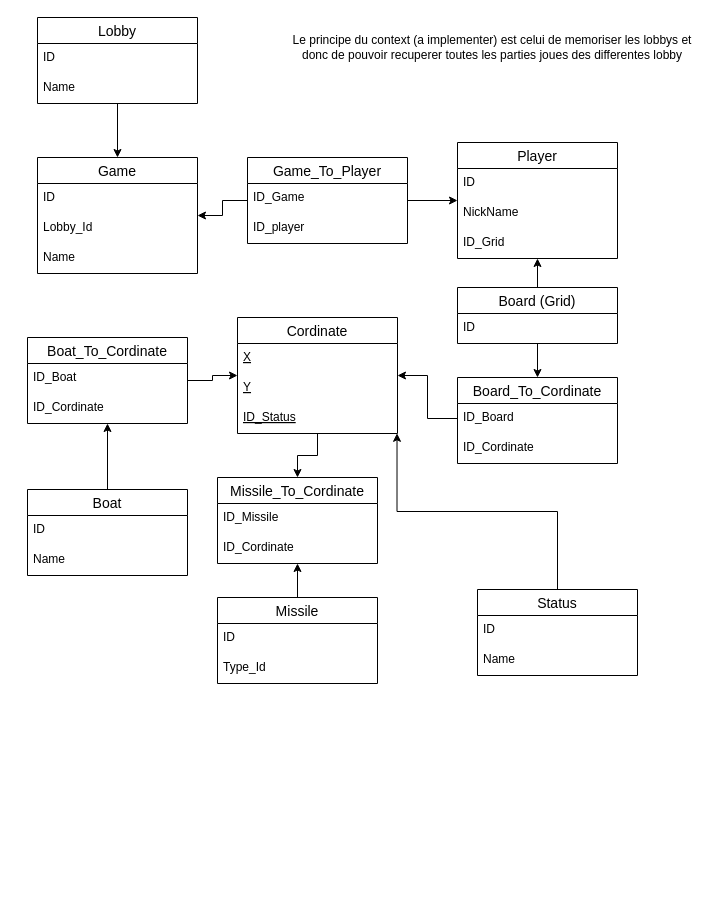
Above: classModels.drawio in LucaMaggioli/FlaskCrudNaval (draw.io), before the change. Source tidied: cells renumbered, new cells numbered last; positions are measured from the earlier drawing's top-left corner, leaving out a move shared by most shapes. Both pictures are drawn from the tidied source at 100%, with x=0, y=0 at pixel (27, 17).
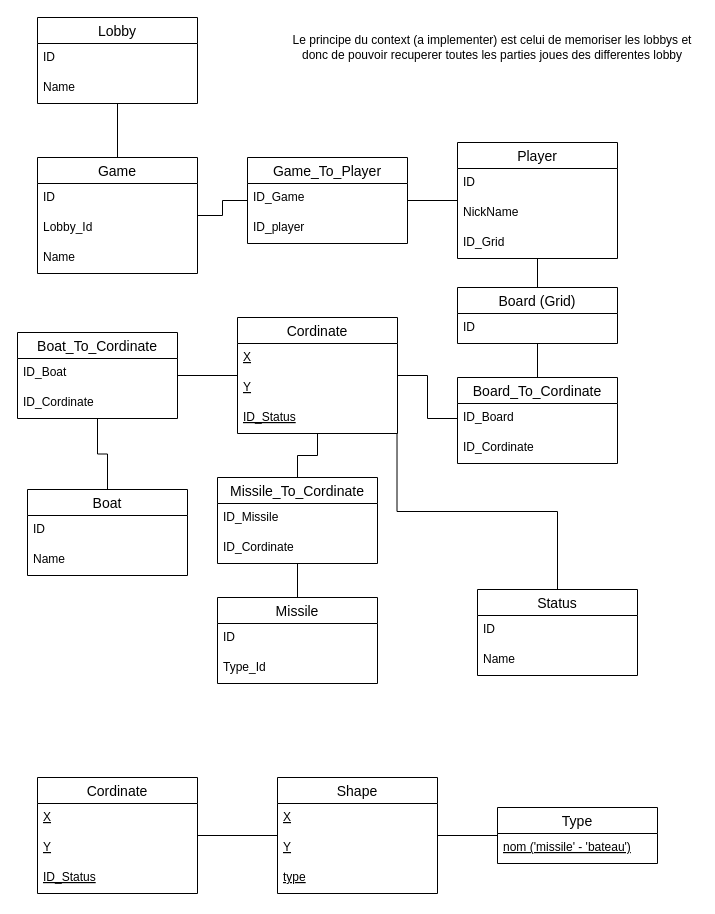
Above is the later version.

Unchanged cells that the change refers to:
```xml
<mxCell id="2" value="Game" style="swimlane;fontStyle=0;horizontal=1;startSize=26;align=center;fontSize=14;" parent="1" vertex="1">
  <mxGeometry x="10" y="140" width="160" height="116" as="geometry" />
</mxCell>
<mxCell id="7" value="Cordinate" style="swimlane;fontStyle=0;horizontal=1;startSize=26;align=center;fontSize=14;" parent="1" vertex="1">
  <mxGeometry x="210" y="300" width="160" height="116" as="geometry" />
</mxCell>
<mxCell id="10" value="ID_Status" style="text;strokeColor=none;fillColor=none;spacingLeft=4;spacingRight=4;overflow=hidden;points=[[0,0.5],[1,0.5]];portConstraint=eastwest;fontSize=12;fontStyle=4;" parent="7" vertex="1">
  <mxGeometry y="86" width="160" height="30" as="geometry" />
</mxCell>
<mxCell id="11" value="Player" style="swimlane;fontStyle=0;horizontal=1;startSize=26;align=center;fontSize=14;" parent="1" vertex="1">
  <mxGeometry x="430" y="125" width="160" height="116" as="geometry" />
</mxCell>
<mxCell id="17" value="Board (Grid)" style="swimlane;fontStyle=0;horizontal=1;startSize=26;align=center;fontSize=14;" parent="1" vertex="1">
  <mxGeometry x="430" y="270" width="160" height="56" as="geometry" />
</mxCell>
<mxCell id="20" value="Boat" style="swimlane;fontStyle=0;horizontal=1;startSize=26;align=center;fontSize=14;" parent="1" vertex="1">
  <mxGeometry y="472" width="160" height="86" as="geometry" />
</mxCell>
<mxCell id="24" value="Missile" style="swimlane;fontStyle=0;horizontal=1;startSize=26;align=center;fontSize=14;" parent="1" vertex="1">
  <mxGeometry x="190" y="580" width="160" height="86" as="geometry" />
</mxCell>
<mxCell id="29" value="Game_To_Player" style="swimlane;fontStyle=0;horizontal=1;startSize=26;align=center;fontSize=14;" parent="1" vertex="1">
  <mxGeometry x="220" y="140" width="160" height="86" as="geometry" />
</mxCell>
<mxCell id="32" value="Board_To_Cordinate" style="swimlane;fontStyle=0;horizontal=1;startSize=26;align=center;fontSize=14;" parent="1" vertex="1">
  <mxGeometry x="430" y="360" width="160" height="86" as="geometry" />
</mxCell>
<mxCell id="33" value="ID_Board" style="text;strokeColor=none;fillColor=none;spacingLeft=4;spacingRight=4;overflow=hidden;points=[[0,0.5],[1,0.5]];portConstraint=eastwest;fontSize=12;" parent="32" vertex="1">
  <mxGeometry y="26" width="160" height="30" as="geometry" />
</mxCell>
<mxCell id="40" value="Missile_To_Cordinate" style="swimlane;fontStyle=0;horizontal=1;startSize=26;align=center;fontSize=14;" parent="1" vertex="1">
  <mxGeometry x="190" y="460" width="160" height="86" as="geometry" />
</mxCell>
<mxCell id="44" value="Status" style="swimlane;fontStyle=0;horizontal=1;startSize=26;align=center;fontSize=14;" parent="1" vertex="1">
  <mxGeometry x="450" y="572" width="160" height="86" as="geometry" />
</mxCell>
<mxCell id="48" value="Lobby" style="swimlane;fontStyle=0;horizontal=1;startSize=26;align=center;fontSize=14;" parent="1" vertex="1">
  <mxGeometry x="10" width="160" height="86" as="geometry" />
</mxCell>
```

The edit, as a diff of the source:
```diff
@@
-    <mxCell id="6" style="edgeStyle=orthogonalEdgeStyle;rounded=0;jettySize=auto;html=1;" parent="1" edge="1" source="7" target="40">
+    <mxCell id="6" style="edgeStyle=orthogonalEdgeStyle;rounded=0;jettySize=auto;html=1;endArrow=none;endFill=0;" parent="1" edge="1" source="7" target="40">
       <mxGeometry relative="1" as="geometry" />
     </mxCell>
@@
-    <mxCell id="15" style="edgeStyle=orthogonalEdgeStyle;rounded=0;jettySize=auto;html=1;" parent="1" edge="1" source="17" target="11">
+    <mxCell id="15" style="edgeStyle=orthogonalEdgeStyle;rounded=0;jettySize=auto;html=1;endArrow=none;endFill=0;" parent="1" edge="1" source="17" target="11">
       <mxGeometry relative="1" as="geometry" />
     </mxCell>
-    <mxCell id="16" style="edgeStyle=orthogonalEdgeStyle;rounded=0;jettySize=auto;html=1;" parent="1" edge="1" source="17" target="32">
+    <mxCell id="16" style="edgeStyle=orthogonalEdgeStyle;rounded=0;jettySize=auto;html=1;endArrow=none;endFill=0;" parent="1" edge="1" source="17" target="32">
       <mxGeometry relative="1" as="geometry" />
     </mxCell>
@@
-    <mxCell id="19" style="edgeStyle=orthogonalEdgeStyle;rounded=0;jettySize=auto;html=1;" parent="1" edge="1" source="20" target="37">
+    <mxCell id="19" style="edgeStyle=orthogonalEdgeStyle;rounded=0;jettySize=auto;html=1;endArrow=none;endFill=0;" parent="1" edge="1" source="20" target="37">
       <mxGeometry relative="1" as="geometry" />
     </mxCell>
@@
-    <mxCell id="23" style="edgeStyle=orthogonalEdgeStyle;rounded=0;jettySize=auto;html=1;" parent="1" edge="1" source="24" target="40">
+    <mxCell id="23" style="edgeStyle=orthogonalEdgeStyle;rounded=0;jettySize=auto;html=1;endArrow=none;endFill=0;" parent="1" edge="1" source="24" target="40">
       <mxGeometry relative="1" as="geometry" />
     </mxCell>
@@
-    <mxCell id="27" style="edgeStyle=orthogonalEdgeStyle;rounded=0;jettySize=auto;html=1;" parent="1" edge="1" source="29" target="2">
+    <mxCell id="27" style="edgeStyle=orthogonalEdgeStyle;rounded=0;jettySize=auto;html=1;endArrow=none;endFill=0;" parent="1" edge="1" source="29" target="2">
       <mxGeometry relative="1" as="geometry" />
     </mxCell>
-    <mxCell id="28" style="edgeStyle=orthogonalEdgeStyle;rounded=0;jettySize=auto;html=1;" parent="1" edge="1" source="29" target="11">
+    <mxCell id="28" style="edgeStyle=orthogonalEdgeStyle;rounded=0;jettySize=auto;html=1;endArrow=none;endFill=0;" parent="1" edge="1" source="29" target="11">
       <mxGeometry relative="1" as="geometry" />
     </mxCell>
@@
-    <mxCell id="35" style="edgeStyle=orthogonalEdgeStyle;rounded=0;jettySize=auto;html=1;" parent="1" edge="1" source="33" target="7">
+    <mxCell id="35" style="edgeStyle=orthogonalEdgeStyle;rounded=0;jettySize=auto;html=1;endArrow=none;endFill=0;" parent="1" edge="1" source="33" target="7">
       <mxGeometry relative="1" as="geometry" />
     </mxCell>
-    <mxCell id="36" style="edgeStyle=orthogonalEdgeStyle;rounded=0;jettySize=auto;html=1;" parent="1" edge="1" source="37" target="7">
+    <mxCell id="36" style="edgeStyle=orthogonalEdgeStyle;rounded=0;jettySize=auto;html=1;endArrow=none;endFill=0;" parent="1" edge="1" source="37" target="7">
       <mxGeometry relative="1" as="geometry" />
     </mxCell>
     <mxCell id="37" value="Boat_To_Cordinate" style="swimlane;fontStyle=0;horizontal=1;startSize=26;align=center;fontSize=14;" parent="1" vertex="1">
-      <mxGeometry y="320" width="160" height="86" as="geometry" />
+      <mxGeometry x="-10" y="315" width="160" height="86" as="geometry" />
     </mxCell>
@@
-    <mxCell id="43" style="edgeStyle=orthogonalEdgeStyle;rounded=0;jettySize=auto;html=1;entryX=0.997;entryY=0.993;entryDx=0;entryDy=0;entryPerimeter=0;" parent="1" edge="1" source="44" target="10">
+    <mxCell id="43" style="edgeStyle=orthogonalEdgeStyle;rounded=0;jettySize=auto;html=1;entryX=0.997;entryY=0.993;entryDx=0;entryDy=0;entryPerimeter=0;endArrow=none;endFill=0;" parent="1" edge="1" source="44" target="10">
       <mxGeometry relative="1" as="geometry" />
     </mxCell>
@@
-    <mxCell id="47" style="edgeStyle=orthogonalEdgeStyle;rounded=0;jettySize=auto;html=1;" parent="1" edge="1" source="48" target="2">
+    <mxCell id="47" style="edgeStyle=orthogonalEdgeStyle;rounded=0;jettySize=auto;html=1;endArrow=none;endFill=0;" parent="1" edge="1" source="48" target="2">
       <mxGeometry relative="1" as="geometry" />
     </mxCell>
@@
+    <mxCell id="52" style="edgeStyle=orthogonalEdgeStyle;rounded=0;jettySize=auto;html=1;endArrow=none;endFill=0;" parent="1" edge="1" source="53" target="58">
+      <mxGeometry relative="1" as="geometry" />
+    </mxCell>
+    <mxCell id="53" value="Cordinate" style="swimlane;fontStyle=0;horizontal=1;startSize=26;align=center;fontSize=14;" parent="1" vertex="1">
+      <mxGeometry x="10" y="760" width="160" height="116" as="geometry" />
+    </mxCell>
+    <mxCell id="54" value="X" style="text;strokeColor=none;fillColor=none;spacingLeft=4;spacingRight=4;overflow=hidden;fontSize=12;fontStyle=4;" parent="53" vertex="1">
+      <mxGeometry y="26" width="160" height="30" as="geometry" />
+    </mxCell>
+    <mxCell id="55" value="Y" style="text;strokeColor=none;fillColor=none;spacingLeft=4;spacingRight=4;overflow=hidden;fontSize=12;fontStyle=4;" parent="53" vertex="1">
+      <mxGeometry y="56" width="160" height="30" as="geometry" />
+    </mxCell>
+    <mxCell id="56" value="ID_Status" style="text;strokeColor=none;fillColor=none;spacingLeft=4;spacingRight=4;overflow=hidden;fontSize=12;fontStyle=4;" parent="53" vertex="1">
+      <mxGeometry y="86" width="160" height="30" as="geometry" />
+    </mxCell>
+    <mxCell id="57" style="edgeStyle=orthogonalEdgeStyle;rounded=0;jettySize=auto;html=1;endArrow=none;endFill=0;" parent="1" edge="1" source="58" target="62">
+      <mxGeometry relative="1" as="geometry" />
+    </mxCell>
+    <mxCell id="58" value="Shape" style="swimlane;fontStyle=0;horizontal=1;startSize=26;align=center;fontSize=14;" parent="1" vertex="1">
+      <mxGeometry x="250" y="760" width="160" height="116" as="geometry" />
+    </mxCell>
+    <mxCell id="59" value="X" style="text;strokeColor=none;fillColor=none;spacingLeft=4;spacingRight=4;overflow=hidden;fontSize=12;fontStyle=4;" parent="58" vertex="1">
+      <mxGeometry y="26" width="160" height="30" as="geometry" />
+    </mxCell>
+    <mxCell id="60" value="Y" style="text;strokeColor=none;fillColor=none;spacingLeft=4;spacingRight=4;overflow=hidden;fontSize=12;fontStyle=4;" parent="58" vertex="1">
+      <mxGeometry y="56" width="160" height="30" as="geometry" />
+    </mxCell>
+    <mxCell id="61" value="type" style="text;strokeColor=none;fillColor=none;spacingLeft=4;spacingRight=4;overflow=hidden;fontSize=12;fontStyle=4;" parent="58" vertex="1">
+      <mxGeometry y="86" width="160" height="30" as="geometry" />
+    </mxCell>
+    <mxCell id="62" value="Type" style="swimlane;fontStyle=0;horizontal=1;startSize=26;align=center;fontSize=14;" parent="1" vertex="1">
+      <mxGeometry x="470" y="790" width="160" height="56" as="geometry" />
+    </mxCell>
+    <mxCell id="63" value="nom ('missile' - 'bateau')" style="text;strokeColor=none;fillColor=none;spacingLeft=4;spacingRight=4;overflow=hidden;fontSize=12;fontStyle=4;" parent="62" vertex="1">
+      <mxGeometry y="26" width="160" height="30" as="geometry" />
+    </mxCell>
```
